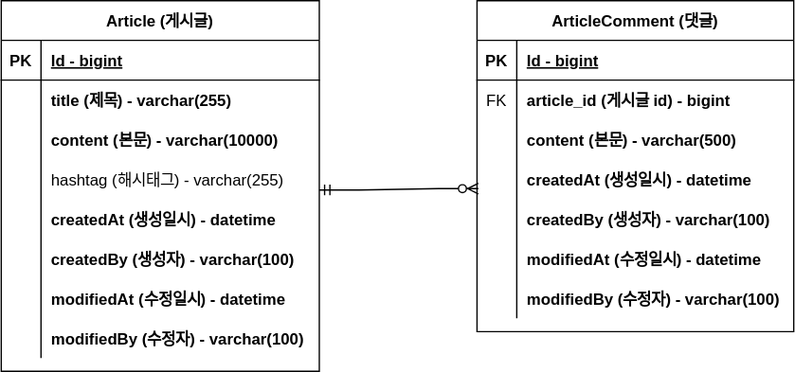
nuno1414/fastcampus-project-board keeps this draw.io diagram as document/project-borad-erd.svg. Above is the earlier version. Source tidied: cells renumbered, new cells last; positions are measured from the earlier drawing's top-left corner, leaving out a move shared by most shapes.
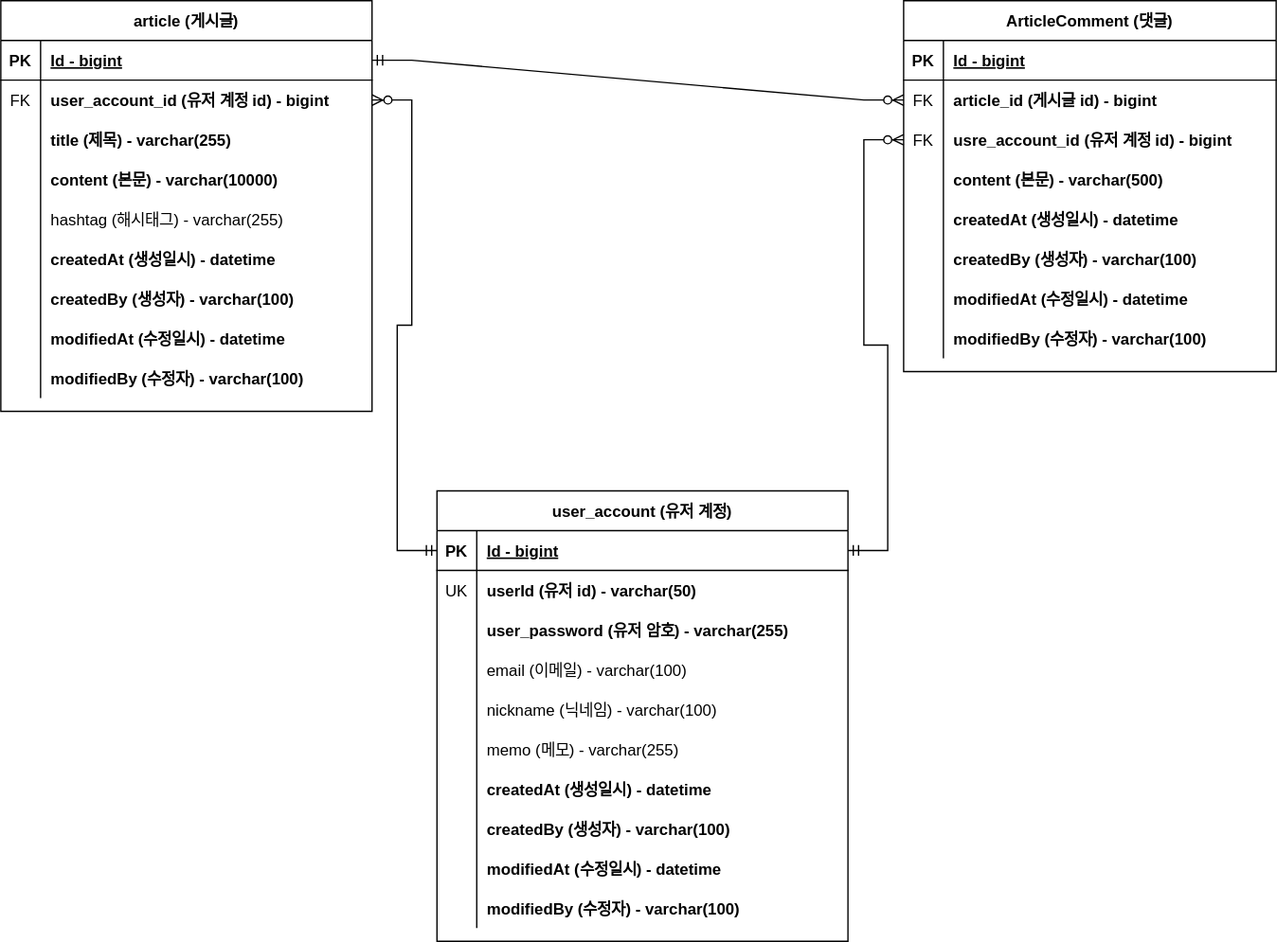
After the commit.

Commit message:
#17 - erd 업데이트: user_account (유저 계정) 추가

The edit, as a diff of the source:
```diff
@@ -4,7 +4,7 @@
     <mxCell id="1" parent="0" />
-    <mxCell id="2" value="Article (게시글)" style="shape=table;startSize=30;rowLines=0;fontStyle=1;align=center;" parent="1" vertex="1">
-      <mxGeometry width="240" height="280" as="geometry" />
+    <mxCell id="2" value="article (게시글)" style="shape=table;startSize=30;rowLines=0;fontStyle=1;align=center;" parent="1" vertex="1">
+      <mxGeometry width="280" height="310" as="geometry" />
     </mxCell>
     <mxCell id="3" style="shape=tableRow;horizontal=0;startSize=0;swimlaneHead=0;swimlaneBody=0;fillColor=none;points=[[0,0.5],[1,0.5]];portConstraint=eastwest;top=0;left=0;right=0;bottom=1;" parent="2" vertex="1">
-      <mxGeometry y="30" width="240" height="30" as="geometry" />
+      <mxGeometry y="30" width="280" height="30" as="geometry" />
     </mxCell>
@@ -14,15 +14,24 @@
     <mxCell id="5" value="Id - bigint" style="shape=partialRectangle;fillColor=none;top=0;left=0;bottom=0;right=0;align=left;spacingLeft=6;fontStyle=5;overflow=hidden;" parent="3" vertex="1">
-      <mxGeometry x="30" width="210" height="30" as="geometry" />
+      <mxGeometry x="30" width="250" height="30" as="geometry" />
     </mxCell>
     <mxCell id="6" style="shape=tableRow;horizontal=0;startSize=0;swimlaneHead=0;swimlaneBody=0;fillColor=none;points=[[0,0.5],[1,0.5]];portConstraint=eastwest;top=0;left=0;right=0;bottom=0;" parent="2" vertex="1">
-      <mxGeometry y="60" width="240" height="30" as="geometry" />
+      <mxGeometry y="60" width="280" height="30" as="geometry" />
     </mxCell>
-    <mxCell id="7" style="shape=partialRectangle;fillColor=none;top=0;left=0;bottom=0;right=0;overflow=hidden;" parent="6" vertex="1">
+    <mxCell id="7" value="FK" style="shape=partialRectangle;fillColor=none;top=0;left=0;bottom=0;right=0;overflow=hidden;" parent="6" vertex="1">
       <mxGeometry width="30" height="30" as="geometry" />
     </mxCell>
-    <mxCell id="8" value="title (제목) - varchar(255)" style="shape=partialRectangle;fillColor=none;top=0;left=0;bottom=0;right=0;align=left;spacingLeft=6;overflow=hidden;fontStyle=1;" parent="6" vertex="1">
-      <mxGeometry x="30" width="210" height="30" as="geometry" />
+    <mxCell id="8" value="user_account_id (유저 계정 id) - bigint" style="shape=partialRectangle;fillColor=none;top=0;left=0;bottom=0;right=0;align=left;spacingLeft=6;overflow=hidden;fontStyle=1;" parent="6" vertex="1">
+      <mxGeometry x="30" width="250" height="30" as="geometry" />
     </mxCell>
+    <mxCell id="50" style="shape=tableRow;horizontal=0;startSize=0;swimlaneHead=0;swimlaneBody=0;fillColor=none;top=0;left=0;right=0;bottom=0;" parent="2" vertex="1">
+      <mxGeometry y="90" width="280" height="30" as="geometry" />
+    </mxCell>
+    <mxCell id="51" style="shape=partialRectangle;fillColor=none;top=0;left=0;bottom=0;right=0;overflow=hidden;" parent="50" vertex="1">
+      <mxGeometry width="30" height="30" as="geometry" />
+    </mxCell>
+    <mxCell id="52" value="title (제목) - varchar(255)" style="shape=partialRectangle;fillColor=none;top=0;left=0;bottom=0;right=0;align=left;spacingLeft=6;overflow=hidden;fontStyle=1;" parent="50" vertex="1">
+      <mxGeometry x="30" width="250" height="30" as="geometry" />
+    </mxCell>
     <mxCell id="9" style="shape=tableRow;horizontal=0;startSize=0;swimlaneHead=0;swimlaneBody=0;fillColor=none;top=0;left=0;right=0;bottom=0;" parent="2" vertex="1">
-      <mxGeometry y="90" width="240" height="30" as="geometry" />
+      <mxGeometry y="120" width="280" height="30" as="geometry" />
     </mxCell>
@@ -32,6 +41,6 @@
     <mxCell id="11" value="content (본문) - varchar(10000)" style="shape=partialRectangle;fillColor=none;top=0;left=0;bottom=0;right=0;align=left;spacingLeft=6;overflow=hidden;fontStyle=1;" parent="9" vertex="1">
-      <mxGeometry x="30" width="210" height="30" as="geometry" />
+      <mxGeometry x="30" width="250" height="30" as="geometry" />
     </mxCell>
     <mxCell id="12" style="shape=tableRow;horizontal=0;startSize=0;swimlaneHead=0;swimlaneBody=0;fillColor=none;points=[[0,0.5],[1,0.5]];portConstraint=eastwest;top=0;left=0;right=0;bottom=0;" parent="2" vertex="1">
-      <mxGeometry y="120" width="240" height="30" as="geometry" />
+      <mxGeometry y="150" width="280" height="30" as="geometry" />
     </mxCell>
@@ -41,6 +50,6 @@
     <mxCell id="14" value="hashtag (해시태그) - varchar(255)" style="shape=partialRectangle;fillColor=none;top=0;left=0;bottom=0;right=0;align=left;spacingLeft=6;overflow=hidden;" parent="12" vertex="1">
-      <mxGeometry x="30" width="210" height="30" as="geometry" />
+      <mxGeometry x="30" width="250" height="30" as="geometry" />
     </mxCell>
     <mxCell id="15" style="shape=tableRow;horizontal=0;startSize=0;swimlaneHead=0;swimlaneBody=0;fillColor=none;top=0;left=0;right=0;bottom=0;" parent="2" vertex="1">
-      <mxGeometry y="150" width="240" height="30" as="geometry" />
+      <mxGeometry y="180" width="280" height="30" as="geometry" />
     </mxCell>
@@ -50,6 +59,6 @@
     <mxCell id="17" value="createdAt (생성일시) - datetime" style="shape=partialRectangle;fillColor=none;top=0;left=0;bottom=0;right=0;align=left;spacingLeft=6;overflow=hidden;fontStyle=1;" parent="15" vertex="1">
-      <mxGeometry x="30" width="210" height="30" as="geometry" />
+      <mxGeometry x="30" width="250" height="30" as="geometry" />
     </mxCell>
     <mxCell id="18" style="shape=tableRow;horizontal=0;startSize=0;swimlaneHead=0;swimlaneBody=0;fillColor=none;top=0;left=0;right=0;bottom=0;" parent="2" vertex="1">
-      <mxGeometry y="180" width="240" height="30" as="geometry" />
+      <mxGeometry y="210" width="280" height="30" as="geometry" />
     </mxCell>
@@ -59,6 +68,6 @@
     <mxCell id="20" value="createdBy (생성자) - varchar(100)" style="shape=partialRectangle;fillColor=none;top=0;left=0;bottom=0;right=0;align=left;spacingLeft=6;overflow=hidden;fontStyle=1;" parent="18" vertex="1">
-      <mxGeometry x="30" width="210" height="30" as="geometry" />
+      <mxGeometry x="30" width="250" height="30" as="geometry" />
     </mxCell>
     <mxCell id="21" style="shape=tableRow;horizontal=0;startSize=0;swimlaneHead=0;swimlaneBody=0;fillColor=none;top=0;left=0;right=0;bottom=0;" parent="2" vertex="1">
-      <mxGeometry y="210" width="240" height="30" as="geometry" />
+      <mxGeometry y="240" width="280" height="30" as="geometry" />
     </mxCell>
@@ -68,6 +77,6 @@
     <mxCell id="23" value="modifiedAt (수정일시) - datetime" style="shape=partialRectangle;fillColor=none;top=0;left=0;bottom=0;right=0;align=left;spacingLeft=6;overflow=hidden;fontStyle=1;" parent="21" vertex="1">
-      <mxGeometry x="30" width="210" height="30" as="geometry" />
+      <mxGeometry x="30" width="250" height="30" as="geometry" />
     </mxCell>
     <mxCell id="24" style="shape=tableRow;horizontal=0;startSize=0;swimlaneHead=0;swimlaneBody=0;fillColor=none;top=0;left=0;right=0;bottom=0;" parent="2" vertex="1">
-      <mxGeometry y="240" width="240" height="30" as="geometry" />
+      <mxGeometry y="270" width="280" height="30" as="geometry" />
     </mxCell>
@@ -77,9 +86,9 @@
     <mxCell id="26" value="modifiedBy (수정자) - varchar(100)" style="shape=partialRectangle;fillColor=none;top=0;left=0;bottom=0;right=0;align=left;spacingLeft=6;overflow=hidden;fontStyle=1;" parent="24" vertex="1">
-      <mxGeometry x="30" width="210" height="30" as="geometry" />
+      <mxGeometry x="30" width="250" height="30" as="geometry" />
     </mxCell>
     <mxCell id="27" value="ArticleComment (댓글)" style="shape=table;startSize=30;rowLines=0;fontStyle=1;align=center;" parent="1" vertex="1">
-      <mxGeometry x="359" width="239" height="250" as="geometry" />
+      <mxGeometry x="681" width="281" height="280" as="geometry" />
     </mxCell>
     <mxCell id="28" style="shape=tableRow;horizontal=0;startSize=0;swimlaneHead=0;swimlaneBody=0;fillColor=none;top=0;left=0;right=0;bottom=1;" parent="27" vertex="1">
-      <mxGeometry y="30" width="239" height="30" as="geometry" />
+      <mxGeometry y="30" width="281" height="30" as="geometry" />
     </mxCell>
@@ -89,6 +98,6 @@
     <mxCell id="30" value="Id - bigint" style="shape=partialRectangle;fillColor=none;top=0;left=0;bottom=0;right=0;align=left;spacingLeft=6;fontStyle=5;overflow=hidden;" parent="28" vertex="1">
-      <mxGeometry x="30" width="209" height="30" as="geometry" />
+      <mxGeometry x="30" width="251" height="30" as="geometry" />
     </mxCell>
     <mxCell id="31" style="shape=tableRow;horizontal=0;startSize=0;swimlaneHead=0;swimlaneBody=0;fillColor=none;points=[[0,0.5],[1,0.5]];portConstraint=eastwest;top=0;left=0;right=0;bottom=0;" parent="27" vertex="1">
-      <mxGeometry y="60" width="239" height="30" as="geometry" />
+      <mxGeometry y="60" width="281" height="30" as="geometry" />
     </mxCell>
@@ -98,6 +107,15 @@
     <mxCell id="33" value="article_id (게시글 id) - bigint" style="shape=partialRectangle;fillColor=none;top=0;left=0;bottom=0;right=0;align=left;spacingLeft=6;overflow=hidden;fontStyle=1;" parent="31" vertex="1">
-      <mxGeometry x="30" width="209" height="30" as="geometry" />
+      <mxGeometry x="30" width="251" height="30" as="geometry" />
     </mxCell>
+    <mxCell id="53" style="shape=tableRow;horizontal=0;startSize=0;swimlaneHead=0;swimlaneBody=0;fillColor=none;points=[[0,0.5],[1,0.5]];portConstraint=eastwest;top=0;left=0;right=0;bottom=0;" parent="27" vertex="1">
+      <mxGeometry y="90" width="281" height="30" as="geometry" />
+    </mxCell>
+    <mxCell id="54" value="FK" style="shape=partialRectangle;fillColor=none;top=0;left=0;bottom=0;right=0;overflow=hidden;" parent="53" vertex="1">
+      <mxGeometry width="30" height="30" as="geometry" />
+    </mxCell>
+    <mxCell id="55" value="usre_account_id (유저 계정 id) - bigint" style="shape=partialRectangle;fillColor=none;top=0;left=0;bottom=0;right=0;align=left;spacingLeft=6;overflow=hidden;fontStyle=1;" parent="53" vertex="1">
+      <mxGeometry x="30" width="251" height="30" as="geometry" />
+    </mxCell>
     <mxCell id="34" style="shape=tableRow;horizontal=0;startSize=0;swimlaneHead=0;swimlaneBody=0;fillColor=none;top=0;left=0;right=0;bottom=0;" parent="27" vertex="1">
-      <mxGeometry y="90" width="239" height="30" as="geometry" />
+      <mxGeometry y="120" width="281" height="30" as="geometry" />
     </mxCell>
@@ -107,6 +125,6 @@
     <mxCell id="36" value="content (본문) - varchar(500)" style="shape=partialRectangle;fillColor=none;top=0;left=0;bottom=0;right=0;align=left;spacingLeft=6;overflow=hidden;fontStyle=1;" parent="34" vertex="1">
-      <mxGeometry x="30" width="209" height="30" as="geometry" />
+      <mxGeometry x="30" width="251" height="30" as="geometry" />
     </mxCell>
     <mxCell id="37" style="shape=tableRow;horizontal=0;startSize=0;swimlaneHead=0;swimlaneBody=0;fillColor=none;top=0;left=0;right=0;bottom=0;" parent="27" vertex="1">
-      <mxGeometry y="120" width="239" height="30" as="geometry" />
+      <mxGeometry y="150" width="281" height="30" as="geometry" />
     </mxCell>
@@ -116,6 +134,6 @@
     <mxCell id="39" value="createdAt (생성일시) - datetime" style="shape=partialRectangle;fillColor=none;top=0;left=0;bottom=0;right=0;align=left;spacingLeft=6;overflow=hidden;fontStyle=1;" parent="37" vertex="1">
-      <mxGeometry x="30" width="209" height="30" as="geometry" />
+      <mxGeometry x="30" width="251" height="30" as="geometry" />
     </mxCell>
     <mxCell id="40" style="shape=tableRow;horizontal=0;startSize=0;swimlaneHead=0;swimlaneBody=0;fillColor=none;top=0;left=0;right=0;bottom=0;" parent="27" vertex="1">
-      <mxGeometry y="150" width="239" height="30" as="geometry" />
+      <mxGeometry y="180" width="281" height="30" as="geometry" />
     </mxCell>
@@ -125,6 +143,6 @@
     <mxCell id="42" value="createdBy (생성자) - varchar(100)" style="shape=partialRectangle;fillColor=none;top=0;left=0;bottom=0;right=0;align=left;spacingLeft=6;overflow=hidden;fontStyle=1;" parent="40" vertex="1">
-      <mxGeometry x="30" width="209" height="30" as="geometry" />
+      <mxGeometry x="30" width="251" height="30" as="geometry" />
     </mxCell>
     <mxCell id="43" style="shape=tableRow;horizontal=0;startSize=0;swimlaneHead=0;swimlaneBody=0;fillColor=none;top=0;left=0;right=0;bottom=0;" parent="27" vertex="1">
-      <mxGeometry y="180" width="239" height="30" as="geometry" />
+      <mxGeometry y="210" width="281" height="30" as="geometry" />
     </mxCell>
@@ -134,6 +152,6 @@
     <mxCell id="45" value="modifiedAt (수정일시) - datetime" style="shape=partialRectangle;fillColor=none;top=0;left=0;bottom=0;right=0;align=left;spacingLeft=6;overflow=hidden;fontStyle=1;" parent="43" vertex="1">
-      <mxGeometry x="30" width="209" height="30" as="geometry" />
+      <mxGeometry x="30" width="251" height="30" as="geometry" />
     </mxCell>
     <mxCell id="46" style="shape=tableRow;horizontal=0;startSize=0;swimlaneHead=0;swimlaneBody=0;fillColor=none;top=0;left=0;right=0;bottom=0;" parent="27" vertex="1">
-      <mxGeometry y="210" width="239" height="30" as="geometry" />
+      <mxGeometry y="240" width="281" height="30" as="geometry" />
     </mxCell>
@@ -143,9 +161,106 @@
     <mxCell id="48" value="modifiedBy (수정자) - varchar(100)" style="shape=partialRectangle;fillColor=none;top=0;left=0;bottom=0;right=0;align=left;spacingLeft=6;overflow=hidden;fontStyle=1;" parent="46" vertex="1">
-      <mxGeometry x="30" width="209" height="30" as="geometry" />
+      <mxGeometry x="30" width="251" height="30" as="geometry" />
     </mxCell>
-    <mxCell id="49" style="edgeStyle=entityRelationEdgeStyle;fontSize=12;html=1;endArrow=ERzeroToMany;startArrow=ERmandOne;rounded=0;exitX=1;exitY=0.767;exitDx=0;exitDy=0;exitPerimeter=0;" parent="1" edge="1" source="12">
-      <mxGeometry relative="1" as="geometry">
-        <mxPoint x="360" y="142" as="targetPoint" />
-      </mxGeometry>
+    <mxCell id="49" style="edgeStyle=entityRelationEdgeStyle;fontSize=12;html=1;endArrow=ERzeroToMany;startArrow=ERmandOne;rounded=0;exitX=1;exitY=0.5;exitDx=0;exitDy=0;entryX=0;entryY=0.5;entryDx=0;entryDy=0;" parent="1" edge="1" source="3" target="31">
+      <mxGeometry relative="1" as="geometry" />
     </mxCell>
+    <mxCell id="56" value="user_account (유저 계정)" style="shape=table;startSize=30;rowLines=0;fontStyle=1;align=center;" parent="1" vertex="1">
+      <mxGeometry x="329" y="370" width="310" height="340" as="geometry" />
+    </mxCell>
+    <mxCell id="57" style="shape=tableRow;horizontal=0;startSize=0;swimlaneHead=0;swimlaneBody=0;fillColor=none;points=[[0,0.5],[1,0.5]];portConstraint=eastwest;top=0;left=0;right=0;bottom=1;" parent="56" vertex="1">
+      <mxGeometry y="30" width="310" height="30" as="geometry" />
+    </mxCell>
+    <mxCell id="58" value="PK" style="shape=partialRectangle;fillColor=none;top=0;left=0;bottom=0;right=0;fontStyle=1;overflow=hidden;" parent="57" vertex="1">
+      <mxGeometry width="30" height="30" as="geometry" />
+    </mxCell>
+    <mxCell id="59" value="Id - bigint" style="shape=partialRectangle;fillColor=none;top=0;left=0;bottom=0;right=0;align=left;spacingLeft=6;fontStyle=5;overflow=hidden;" parent="57" vertex="1">
+      <mxGeometry x="30" width="280" height="30" as="geometry" />
+    </mxCell>
+    <mxCell id="60" style="shape=tableRow;horizontal=0;startSize=0;swimlaneHead=0;swimlaneBody=0;fillColor=none;top=0;left=0;right=0;bottom=0;" parent="56" vertex="1">
+      <mxGeometry y="60" width="310" height="30" as="geometry" />
+    </mxCell>
+    <mxCell id="61" value="UK" style="shape=partialRectangle;fillColor=none;top=0;left=0;bottom=0;right=0;overflow=hidden;" parent="60" vertex="1">
+      <mxGeometry width="30" height="30" as="geometry" />
+    </mxCell>
+    <mxCell id="62" value="userId (유저 id) - varchar(50)" style="shape=partialRectangle;fillColor=none;top=0;left=0;bottom=0;right=0;align=left;spacingLeft=6;overflow=hidden;fontStyle=1;" parent="60" vertex="1">
+      <mxGeometry x="30" width="280" height="30" as="geometry" />
+    </mxCell>
+    <mxCell id="63" style="shape=tableRow;horizontal=0;startSize=0;swimlaneHead=0;swimlaneBody=0;fillColor=none;top=0;left=0;right=0;bottom=0;" parent="56" vertex="1">
+      <mxGeometry y="90" width="310" height="30" as="geometry" />
+    </mxCell>
+    <mxCell id="64" style="shape=partialRectangle;fillColor=none;top=0;left=0;bottom=0;right=0;overflow=hidden;" parent="63" vertex="1">
+      <mxGeometry width="30" height="30" as="geometry" />
+    </mxCell>
+    <mxCell id="65" value="user_password (유저 암호) - varchar(255)" style="shape=partialRectangle;fillColor=none;top=0;left=0;bottom=0;right=0;align=left;spacingLeft=6;overflow=hidden;fontStyle=1;" parent="63" vertex="1">
+      <mxGeometry x="30" width="280" height="30" as="geometry" />
+    </mxCell>
+    <mxCell id="66" style="shape=tableRow;horizontal=0;startSize=0;swimlaneHead=0;swimlaneBody=0;fillColor=none;top=0;left=0;right=0;bottom=0;" parent="56" vertex="1">
+      <mxGeometry y="120" width="310" height="30" as="geometry" />
+    </mxCell>
+    <mxCell id="67" style="shape=partialRectangle;fillColor=none;top=0;left=0;bottom=0;right=0;overflow=hidden;" parent="66" vertex="1">
+      <mxGeometry width="30" height="30" as="geometry" />
+    </mxCell>
+    <mxCell id="68" value="email (이메일) - varchar(100)" style="shape=partialRectangle;fillColor=none;top=0;left=0;bottom=0;right=0;align=left;spacingLeft=6;overflow=hidden;fontStyle=0;" parent="66" vertex="1">
+      <mxGeometry x="30" width="280" height="30" as="geometry" />
+    </mxCell>
+    <mxCell id="69" style="shape=tableRow;horizontal=0;startSize=0;swimlaneHead=0;swimlaneBody=0;fillColor=none;top=0;left=0;right=0;bottom=0;" parent="56" vertex="1">
+      <mxGeometry y="150" width="310" height="30" as="geometry" />
+    </mxCell>
+    <mxCell id="70" style="shape=partialRectangle;fillColor=none;top=0;left=0;bottom=0;right=0;overflow=hidden;" parent="69" vertex="1">
+      <mxGeometry width="30" height="30" as="geometry" />
+    </mxCell>
+    <mxCell id="71" value="nickname (닉네임) - varchar(100)" style="shape=partialRectangle;fillColor=none;top=0;left=0;bottom=0;right=0;align=left;spacingLeft=6;overflow=hidden;" parent="69" vertex="1">
+      <mxGeometry x="30" width="280" height="30" as="geometry" />
+    </mxCell>
+    <mxCell id="72" style="shape=tableRow;horizontal=0;startSize=0;swimlaneHead=0;swimlaneBody=0;fillColor=none;top=0;left=0;right=0;bottom=0;" parent="56" vertex="1">
+      <mxGeometry y="180" width="310" height="30" as="geometry" />
+    </mxCell>
+    <mxCell id="73" style="shape=partialRectangle;fillColor=none;top=0;left=0;bottom=0;right=0;overflow=hidden;" parent="72" vertex="1">
+      <mxGeometry width="30" height="30" as="geometry" />
+    </mxCell>
+    <mxCell id="74" value="memo (메모) - varchar(255)" style="shape=partialRectangle;fillColor=none;top=0;left=0;bottom=0;right=0;align=left;spacingLeft=6;overflow=hidden;" parent="72" vertex="1">
+      <mxGeometry x="30" width="280" height="30" as="geometry" />
+    </mxCell>
+    <mxCell id="75" style="shape=tableRow;horizontal=0;startSize=0;swimlaneHead=0;swimlaneBody=0;fillColor=none;top=0;left=0;right=0;bottom=0;" parent="56" vertex="1">
+      <mxGeometry y="210" width="310" height="30" as="geometry" />
+    </mxCell>
+    <mxCell id="76" style="shape=partialRectangle;fillColor=none;top=0;left=0;bottom=0;right=0;overflow=hidden;" parent="75" vertex="1">
+      <mxGeometry width="30" height="30" as="geometry" />
+    </mxCell>
+    <mxCell id="77" value="createdAt (생성일시) - datetime" style="shape=partialRectangle;fillColor=none;top=0;left=0;bottom=0;right=0;align=left;spacingLeft=6;overflow=hidden;fontStyle=1;" parent="75" vertex="1">
+      <mxGeometry x="30" width="280" height="30" as="geometry" />
+    </mxCell>
+    <mxCell id="78" style="shape=tableRow;horizontal=0;startSize=0;swimlaneHead=0;swimlaneBody=0;fillColor=none;top=0;left=0;right=0;bottom=0;" parent="56" vertex="1">
+      <mxGeometry y="240" width="310" height="30" as="geometry" />
+    </mxCell>
+    <mxCell id="79" style="shape=partialRectangle;fillColor=none;top=0;left=0;bottom=0;right=0;overflow=hidden;" parent="78" vertex="1">
+      <mxGeometry width="30" height="30" as="geometry" />
+    </mxCell>
+    <mxCell id="80" value="createdBy (생성자) - varchar(100)" style="shape=partialRectangle;fillColor=none;top=0;left=0;bottom=0;right=0;align=left;spacingLeft=6;overflow=hidden;fontStyle=1;" parent="78" vertex="1">
+      <mxGeometry x="30" width="280" height="30" as="geometry" />
+    </mxCell>
+    <mxCell id="81" style="shape=tableRow;horizontal=0;startSize=0;swimlaneHead=0;swimlaneBody=0;fillColor=none;top=0;left=0;right=0;bottom=0;" parent="56" vertex="1">
+      <mxGeometry y="270" width="310" height="30" as="geometry" />
+    </mxCell>
+    <mxCell id="82" style="shape=partialRectangle;fillColor=none;top=0;left=0;bottom=0;right=0;overflow=hidden;" parent="81" vertex="1">
+      <mxGeometry width="30" height="30" as="geometry" />
+    </mxCell>
+    <mxCell id="83" value="modifiedAt (수정일시) - datetime" style="shape=partialRectangle;fillColor=none;top=0;left=0;bottom=0;right=0;align=left;spacingLeft=6;overflow=hidden;fontStyle=1;" parent="81" vertex="1">
+      <mxGeometry x="30" width="280" height="30" as="geometry" />
+    </mxCell>
+    <mxCell id="84" style="shape=tableRow;horizontal=0;startSize=0;swimlaneHead=0;swimlaneBody=0;fillColor=none;top=0;left=0;right=0;bottom=0;" parent="56" vertex="1">
+      <mxGeometry y="300" width="310" height="30" as="geometry" />
+    </mxCell>
+    <mxCell id="85" style="shape=partialRectangle;fillColor=none;top=0;left=0;bottom=0;right=0;overflow=hidden;" parent="84" vertex="1">
+      <mxGeometry width="30" height="30" as="geometry" />
+    </mxCell>
+    <mxCell id="86" value="modifiedBy (수정자) - varchar(100)" style="shape=partialRectangle;fillColor=none;top=0;left=0;bottom=0;right=0;align=left;spacingLeft=6;overflow=hidden;fontStyle=1;" parent="84" vertex="1">
+      <mxGeometry x="30" width="280" height="30" as="geometry" />
+    </mxCell>
+    <mxCell id="87" style="edgeStyle=entityRelationEdgeStyle;fontSize=12;html=1;endArrow=ERzeroToMany;startArrow=ERmandOne;rounded=0;entryX=0;entryY=0.5;entryDx=0;entryDy=0;exitX=1;exitY=0.5;exitDx=0;exitDy=0;" parent="1" edge="1" source="57" target="53">
+      <mxGeometry relative="1" as="geometry" />
+    </mxCell>
+    <mxCell id="88" style="edgeStyle=entityRelationEdgeStyle;fontSize=12;html=1;endArrow=ERzeroToMany;startArrow=ERmandOne;rounded=0;exitX=0;exitY=0.5;exitDx=0;exitDy=0;entryX=1;entryY=0.5;entryDx=0;entryDy=0;" parent="1" edge="1" source="57" target="6">
+      <mxGeometry relative="1" as="geometry" />
+    </mxCell>
   </root>
```
